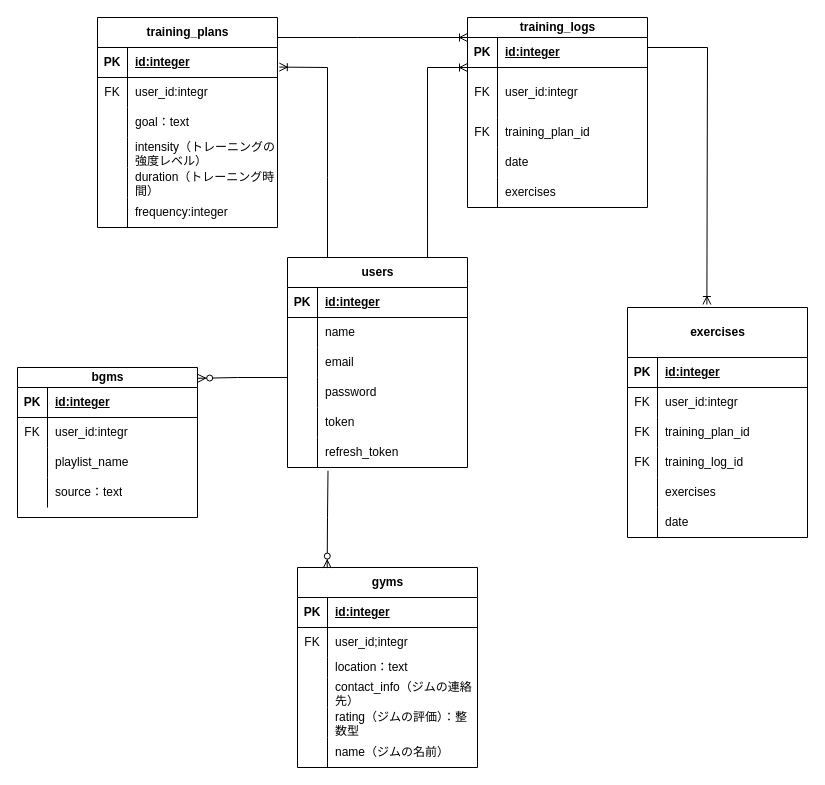
This is 名称未設定ファイル.drawio from yoshihiro1019/FitAIPlanner, a draw.io file, before an edit. Source tidied: cells renumbered, new cells numbered last; positions are measured from the earlier drawing's top-left corner, leaving out a move shared by most shapes. Both pictures are drawn from the tidied source at 100%, with x=0, y=0 at pixel (17, 17).
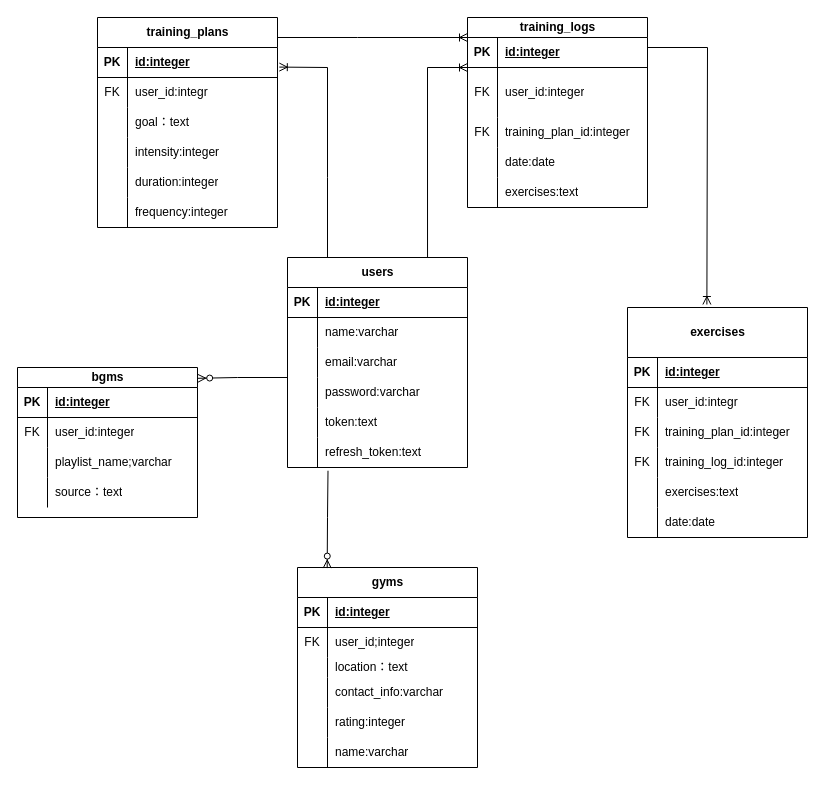
The same page after the edit.

Commit message:
名称未設定ファイル.drawio を更新します

The change refers to these unchanged cells:
```xml
<mxCell id="9" style="shape=tableRow;horizontal=0;startSize=0;swimlaneHead=0;swimlaneBody=0;fillColor=none;top=0;left=0;right=0;bottom=0;" parent="2" vertex="1">
  <mxGeometry y="110" width="180" height="30" as="geometry" />
</mxCell>
<mxCell id="12" style="shape=tableRow;horizontal=0;startSize=0;swimlaneHead=0;swimlaneBody=0;fillColor=none;top=0;left=0;right=0;bottom=0;" parent="2" vertex="1">
  <mxGeometry y="140" width="180" height="30" as="geometry" />
</mxCell>
<mxCell id="15" style="shape=tableRow;horizontal=0;startSize=0;swimlaneHead=0;swimlaneBody=0;fillColor=none;top=0;left=0;right=0;bottom=0;" parent="2" vertex="1">
  <mxGeometry y="170" width="180" height="30" as="geometry" />
</mxCell>
<mxCell id="18" style="shape=tableRow;horizontal=0;startSize=0;swimlaneHead=0;swimlaneBody=0;fillColor=none;top=0;left=0;right=0;bottom=0;" parent="2" vertex="1">
  <mxGeometry y="200" width="180" height="30" as="geometry" />
</mxCell>
<mxCell id="31" style="shape=tableRow;horizontal=0;startSize=0;swimlaneHead=0;swimlaneBody=0;fillColor=none;top=0;left=0;right=0;bottom=0;" parent="21" vertex="1">
  <mxGeometry y="120" width="180" height="30" as="geometry" />
</mxCell>
<mxCell id="34" style="shape=tableRow;horizontal=0;startSize=0;swimlaneHead=0;swimlaneBody=0;fillColor=none;top=0;left=0;right=0;bottom=0;" parent="21" vertex="1">
  <mxGeometry y="150" width="180" height="30" as="geometry" />
</mxCell>
<mxCell id="44" style="shape=tableRow;horizontal=0;startSize=0;swimlaneHead=0;swimlaneBody=0;fillColor=none;points=[[0,0.5],[1,0.5]];portConstraint=eastwest;top=0;left=0;right=0;bottom=0;" parent="40" vertex="1">
  <mxGeometry y="50" width="180" height="50" as="geometry" />
</mxCell>
<mxCell id="47" style="shape=tableRow;horizontal=0;startSize=0;swimlaneHead=0;swimlaneBody=0;fillColor=none;top=0;left=0;right=0;bottom=0;" parent="40" vertex="1">
  <mxGeometry y="100" width="180" height="30" as="geometry" />
</mxCell>
<mxCell id="50" style="shape=tableRow;horizontal=0;startSize=0;swimlaneHead=0;swimlaneBody=0;fillColor=none;top=0;left=0;right=0;bottom=0;" parent="40" vertex="1">
  <mxGeometry y="130" width="180" height="30" as="geometry" />
</mxCell>
<mxCell id="53" style="shape=tableRow;horizontal=0;startSize=0;swimlaneHead=0;swimlaneBody=0;fillColor=none;top=0;left=0;right=0;bottom=0;" parent="40" vertex="1">
  <mxGeometry y="160" width="180" height="30" as="geometry" />
</mxCell>
<mxCell id="60" style="shape=tableRow;horizontal=0;startSize=0;swimlaneHead=0;swimlaneBody=0;fillColor=none;top=0;left=0;right=0;bottom=0;" parent="56" vertex="1">
  <mxGeometry y="60" width="180" height="30" as="geometry" />
</mxCell>
<mxCell id="63" style="shape=tableRow;horizontal=0;startSize=0;swimlaneHead=0;swimlaneBody=0;fillColor=none;top=0;left=0;right=0;bottom=0;" parent="56" vertex="1">
  <mxGeometry y="90" width="180" height="30" as="geometry" />
</mxCell>
<mxCell id="66" style="shape=tableRow;horizontal=0;startSize=0;swimlaneHead=0;swimlaneBody=0;fillColor=none;points=[[0,0.5],[1,0.5]];portConstraint=eastwest;top=0;left=0;right=0;bottom=0;" parent="56" vertex="1">
  <mxGeometry y="120" width="180" height="30" as="geometry" />
</mxCell>
<mxCell id="69" style="shape=tableRow;horizontal=0;startSize=0;swimlaneHead=0;swimlaneBody=0;fillColor=none;top=0;left=0;right=0;bottom=0;" parent="56" vertex="1">
  <mxGeometry y="150" width="180" height="30" as="geometry" />
</mxCell>
<mxCell id="72" style="shape=tableRow;horizontal=0;startSize=0;swimlaneHead=0;swimlaneBody=0;fillColor=none;points=[[0,0.5],[1,0.5]];portConstraint=eastwest;top=0;left=0;right=0;bottom=0;" parent="56" vertex="1">
  <mxGeometry y="180" width="180" height="30" as="geometry" />
</mxCell>
<mxCell id="79" style="shape=tableRow;horizontal=0;startSize=0;swimlaneHead=0;swimlaneBody=0;fillColor=none;top=0;left=0;right=0;bottom=0;" parent="75" vertex="1">
  <mxGeometry y="50" width="180" height="30" as="geometry" />
</mxCell>
<mxCell id="82" style="shape=tableRow;horizontal=0;startSize=0;swimlaneHead=0;swimlaneBody=0;fillColor=none;top=0;left=0;right=0;bottom=0;" parent="75" vertex="1">
  <mxGeometry y="80" width="180" height="30" as="geometry" />
</mxCell>
<mxCell id="92" style="shape=tableRow;horizontal=0;startSize=0;swimlaneHead=0;swimlaneBody=0;fillColor=none;top=0;left=0;right=0;bottom=0;" parent="88" vertex="1">
  <mxGeometry y="60" width="180" height="30" as="geometry" />
</mxCell>
<mxCell id="98" style="shape=tableRow;horizontal=0;startSize=0;swimlaneHead=0;swimlaneBody=0;fillColor=none;top=0;left=0;right=0;bottom=0;" parent="88" vertex="1">
  <mxGeometry y="110" width="180" height="30" as="geometry" />
</mxCell>
<mxCell id="101" style="shape=tableRow;horizontal=0;startSize=0;swimlaneHead=0;swimlaneBody=0;fillColor=none;top=0;left=0;right=0;bottom=0;" parent="88" vertex="1">
  <mxGeometry y="140" width="180" height="30" as="geometry" />
</mxCell>
<mxCell id="104" style="shape=tableRow;horizontal=0;startSize=0;swimlaneHead=0;swimlaneBody=0;fillColor=none;top=0;left=0;right=0;bottom=0;" parent="88" vertex="1">
  <mxGeometry y="170" width="180" height="30" as="geometry" />
</mxCell>
```

The edit, as a diff of the source:
```diff
@@
-    <mxCell id="11" value="training_plan_id" style="shape=partialRectangle;fillColor=none;top=0;left=0;bottom=0;right=0;align=left;spacingLeft=6;overflow=hidden;whiteSpace=wrap;html=1;" parent="9" vertex="1">
+    <mxCell id="11" value="training_plan_id:integer" style="shape=partialRectangle;fillColor=none;top=0;left=0;bottom=0;right=0;align=left;spacingLeft=6;overflow=hidden;whiteSpace=wrap;html=1;" parent="9" vertex="1">
       <mxGeometry x="30" width="150" height="30" as="geometry" />
     </mxCell>
@@
-    <mxCell id="14" value="training_log_id" style="shape=partialRectangle;fillColor=none;top=0;left=0;bottom=0;right=0;align=left;spacingLeft=6;overflow=hidden;whiteSpace=wrap;html=1;" parent="12" vertex="1">
+    <mxCell id="14" value="training_log_id:integer" style="shape=partialRectangle;fillColor=none;top=0;left=0;bottom=0;right=0;align=left;spacingLeft=6;overflow=hidden;whiteSpace=wrap;html=1;" parent="12" vertex="1">
       <mxGeometry x="30" width="150" height="30" as="geometry" />
     </mxCell>
@@
-    <mxCell id="17" value="exercises" style="shape=partialRectangle;fillColor=none;top=0;left=0;bottom=0;right=0;align=left;spacingLeft=6;overflow=hidden;whiteSpace=wrap;html=1;" parent="15" vertex="1">
+    <mxCell id="17" value="exercises:text" style="shape=partialRectangle;fillColor=none;top=0;left=0;bottom=0;right=0;align=left;spacingLeft=6;overflow=hidden;whiteSpace=wrap;html=1;" parent="15" vertex="1">
       <mxGeometry x="30" width="150" height="30" as="geometry" />
     </mxCell>
@@
-    <mxCell id="20" value="date" style="shape=partialRectangle;fillColor=none;top=0;left=0;bottom=0;right=0;align=left;spacingLeft=6;overflow=hidden;whiteSpace=wrap;html=1;" parent="18" vertex="1">
+    <mxCell id="20" value="date:date" style="shape=partialRectangle;fillColor=none;top=0;left=0;bottom=0;right=0;align=left;spacingLeft=6;overflow=hidden;whiteSpace=wrap;html=1;" parent="18" vertex="1">
       <mxGeometry x="30" width="150" height="30" as="geometry" />
     </mxCell>
@@
-    <mxCell id="33" value="intensity（トレーニングの強度レベル）" style="shape=partialRectangle;fillColor=none;top=0;left=0;bottom=0;right=0;align=left;spacingLeft=6;overflow=hidden;whiteSpace=wrap;html=1;" parent="31" vertex="1">
+    <mxCell id="33" value="intensity:integer" style="shape=partialRectangle;fillColor=none;top=0;left=0;bottom=0;right=0;align=left;spacingLeft=6;overflow=hidden;whiteSpace=wrap;html=1;" parent="31" vertex="1">
       <mxGeometry x="30" width="150" height="30" as="geometry" />
     </mxCell>
@@
-    <mxCell id="36" value="duration（トレーニング時間）" style="shape=partialRectangle;fillColor=none;top=0;left=0;bottom=0;right=0;align=left;spacingLeft=6;overflow=hidden;whiteSpace=wrap;html=1;" parent="34" vertex="1">
+    <mxCell id="36" value="duration:integer" style="shape=partialRectangle;fillColor=none;top=0;left=0;bottom=0;right=0;align=left;spacingLeft=6;overflow=hidden;whiteSpace=wrap;html=1;" parent="34" vertex="1">
       <mxGeometry x="30" width="150" height="30" as="geometry" />
     </mxCell>
@@
-    <mxCell id="46" value="user_id:integr" style="shape=partialRectangle;fillColor=none;top=0;left=0;bottom=0;right=0;align=left;spacingLeft=6;overflow=hidden;whiteSpace=wrap;html=1;" parent="44" vertex="1">
+    <mxCell id="46" value="user_id:integer" style="shape=partialRectangle;fillColor=none;top=0;left=0;bottom=0;right=0;align=left;spacingLeft=6;overflow=hidden;whiteSpace=wrap;html=1;" parent="44" vertex="1">
       <mxGeometry x="30" width="150" height="50" as="geometry" />
     </mxCell>
@@
-    <mxCell id="49" value="training_plan_id" style="shape=partialRectangle;fillColor=none;top=0;left=0;bottom=0;right=0;align=left;spacingLeft=6;overflow=hidden;whiteSpace=wrap;html=1;" parent="47" vertex="1">
+    <mxCell id="49" value="training_plan_id:integer" style="shape=partialRectangle;fillColor=none;top=0;left=0;bottom=0;right=0;align=left;spacingLeft=6;overflow=hidden;whiteSpace=wrap;html=1;" parent="47" vertex="1">
       <mxGeometry x="30" width="150" height="30" as="geometry" />
     </mxCell>
@@
-    <mxCell id="52" value="date" style="shape=partialRectangle;fillColor=none;top=0;left=0;bottom=0;right=0;align=left;spacingLeft=6;overflow=hidden;whiteSpace=wrap;html=1;" parent="50" vertex="1">
+    <mxCell id="52" value="date:date" style="shape=partialRectangle;fillColor=none;top=0;left=0;bottom=0;right=0;align=left;spacingLeft=6;overflow=hidden;whiteSpace=wrap;html=1;" parent="50" vertex="1">
       <mxGeometry x="30" width="150" height="30" as="geometry" />
     </mxCell>
@@
-    <mxCell id="55" value="exercises" style="shape=partialRectangle;fillColor=none;top=0;left=0;bottom=0;right=0;align=left;spacingLeft=6;overflow=hidden;whiteSpace=wrap;html=1;" parent="53" vertex="1">
+    <mxCell id="55" value="exercises:text" style="shape=partialRectangle;fillColor=none;top=0;left=0;bottom=0;right=0;align=left;spacingLeft=6;overflow=hidden;whiteSpace=wrap;html=1;" parent="53" vertex="1">
       <mxGeometry x="30" width="150" height="30" as="geometry" />
     </mxCell>
@@
-    <mxCell id="62" value="name" style="shape=partialRectangle;fillColor=none;top=0;left=0;bottom=0;right=0;align=left;spacingLeft=6;overflow=hidden;whiteSpace=wrap;html=1;" parent="60" vertex="1">
+    <mxCell id="62" value="name:varchar" style="shape=partialRectangle;fillColor=none;top=0;left=0;bottom=0;right=0;align=left;spacingLeft=6;overflow=hidden;whiteSpace=wrap;html=1;" parent="60" vertex="1">
       <mxGeometry x="30" width="150" height="30" as="geometry" />
     </mxCell>
@@
-    <mxCell id="65" value="email" style="shape=partialRectangle;fillColor=none;top=0;left=0;bottom=0;right=0;align=left;spacingLeft=6;overflow=hidden;whiteSpace=wrap;html=1;" parent="63" vertex="1">
+    <mxCell id="65" value="email:varchar" style="shape=partialRectangle;fillColor=none;top=0;left=0;bottom=0;right=0;align=left;spacingLeft=6;overflow=hidden;whiteSpace=wrap;html=1;" parent="63" vertex="1">
       <mxGeometry x="30" width="150" height="30" as="geometry" />
     </mxCell>
@@
-    <mxCell id="68" value="password" style="shape=partialRectangle;fillColor=none;top=0;left=0;bottom=0;right=0;align=left;spacingLeft=6;overflow=hidden;whiteSpace=wrap;html=1;" parent="66" vertex="1">
+    <mxCell id="68" value="password:varchar" style="shape=partialRectangle;fillColor=none;top=0;left=0;bottom=0;right=0;align=left;spacingLeft=6;overflow=hidden;whiteSpace=wrap;html=1;" parent="66" vertex="1">
       <mxGeometry x="30" width="150" height="30" as="geometry" />
     </mxCell>
@@
-    <mxCell id="71" value="token" style="shape=partialRectangle;fillColor=none;top=0;left=0;bottom=0;right=0;align=left;spacingLeft=6;overflow=hidden;whiteSpace=wrap;html=1;" parent="69" vertex="1">
+    <mxCell id="71" value="token:text" style="shape=partialRectangle;fillColor=none;top=0;left=0;bottom=0;right=0;align=left;spacingLeft=6;overflow=hidden;whiteSpace=wrap;html=1;" parent="69" vertex="1">
       <mxGeometry x="30" width="150" height="30" as="geometry" />
     </mxCell>
@@
-    <mxCell id="74" value="refresh_token" style="shape=partialRectangle;fillColor=none;top=0;left=0;bottom=0;right=0;align=left;spacingLeft=6;overflow=hidden;whiteSpace=wrap;html=1;" parent="72" vertex="1">
+    <mxCell id="74" value="refresh_token:text" style="shape=partialRectangle;fillColor=none;top=0;left=0;bottom=0;right=0;align=left;spacingLeft=6;overflow=hidden;whiteSpace=wrap;html=1;" parent="72" vertex="1">
       <mxGeometry x="30" width="150" height="30" as="geometry" />
     </mxCell>
@@
-    <mxCell id="81" value="user_id:integr" style="shape=partialRectangle;fillColor=none;top=0;left=0;bottom=0;right=0;align=left;spacingLeft=6;overflow=hidden;whiteSpace=wrap;html=1;" parent="79" vertex="1">
+    <mxCell id="81" value="user_id:integer" style="shape=partialRectangle;fillColor=none;top=0;left=0;bottom=0;right=0;align=left;spacingLeft=6;overflow=hidden;whiteSpace=wrap;html=1;" parent="79" vertex="1">
       <mxGeometry x="30" width="150" height="30" as="geometry" />
     </mxCell>
@@
-    <mxCell id="84" value="playlist_name" style="shape=partialRectangle;fillColor=none;top=0;left=0;bottom=0;right=0;align=left;spacingLeft=6;overflow=hidden;whiteSpace=wrap;html=1;" parent="82" vertex="1">
+    <mxCell id="84" value="playlist_name;varchar" style="shape=partialRectangle;fillColor=none;top=0;left=0;bottom=0;right=0;align=left;spacingLeft=6;overflow=hidden;whiteSpace=wrap;html=1;" parent="82" vertex="1">
       <mxGeometry x="30" width="150" height="30" as="geometry" />
     </mxCell>
@@
-    <mxCell id="94" value="user_id;integr" style="shape=partialRectangle;fillColor=none;top=0;left=0;bottom=0;right=0;align=left;spacingLeft=6;overflow=hidden;whiteSpace=wrap;html=1;" parent="92" vertex="1">
+    <mxCell id="94" value="user_id;integer" style="shape=partialRectangle;fillColor=none;top=0;left=0;bottom=0;right=0;align=left;spacingLeft=6;overflow=hidden;whiteSpace=wrap;html=1;" parent="92" vertex="1">
       <mxGeometry x="30" width="150" height="30" as="geometry" />
     </mxCell>
@@
-    <mxCell id="100" value="contact_info（ジムの連絡先）" style="shape=partialRectangle;fillColor=none;top=0;left=0;bottom=0;right=0;align=left;spacingLeft=6;overflow=hidden;whiteSpace=wrap;html=1;" parent="98" vertex="1">
+    <mxCell id="100" value="contact_info:varchar" style="shape=partialRectangle;fillColor=none;top=0;left=0;bottom=0;right=0;align=left;spacingLeft=6;overflow=hidden;whiteSpace=wrap;html=1;" parent="98" vertex="1">
       <mxGeometry x="30" width="150" height="30" as="geometry" />
     </mxCell>
@@
-    <mxCell id="103" value="rating（ジムの評価）：整数型" style="shape=partialRectangle;fillColor=none;top=0;left=0;bottom=0;right=0;align=left;spacingLeft=6;overflow=hidden;whiteSpace=wrap;html=1;" parent="101" vertex="1">
+    <mxCell id="103" value="rating:integer" style="shape=partialRectangle;fillColor=none;top=0;left=0;bottom=0;right=0;align=left;spacingLeft=6;overflow=hidden;whiteSpace=wrap;html=1;" parent="101" vertex="1">
       <mxGeometry x="30" width="150" height="30" as="geometry" />
     </mxCell>
@@
-    <mxCell id="106" value="name（ジムの名前）" style="shape=partialRectangle;fillColor=none;top=0;left=0;bottom=0;right=0;align=left;spacingLeft=6;overflow=hidden;whiteSpace=wrap;html=1;" parent="104" vertex="1">
+    <mxCell id="106" value="name:varchar" style="shape=partialRectangle;fillColor=none;top=0;left=0;bottom=0;right=0;align=left;spacingLeft=6;overflow=hidden;whiteSpace=wrap;html=1;" parent="104" vertex="1">
       <mxGeometry x="30" width="150" height="30" as="geometry" />
     </mxCell>
```
